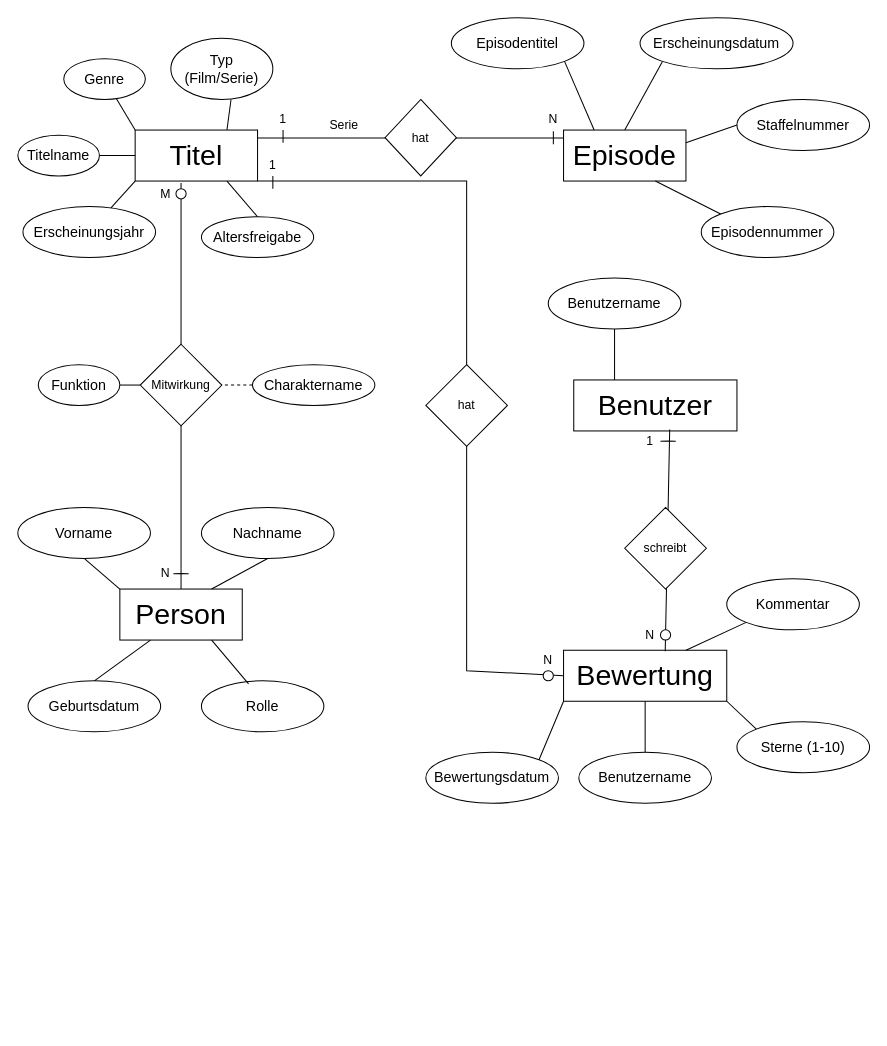
Earlier version of the draw.io diagram 3_Semester/Datenbanken/uebungen/5_Uebung/DatenbankenUebung5.drawio (mandyngn/Uni). Source tidied: cells renumbered, new cells numbered last; positions are measured from the earlier drawing's top-left corner, leaving out a move shared by most shapes. Both pictures are drawn from the tidied source at 102%, with x=0, y=0 at pixel (17, 17).
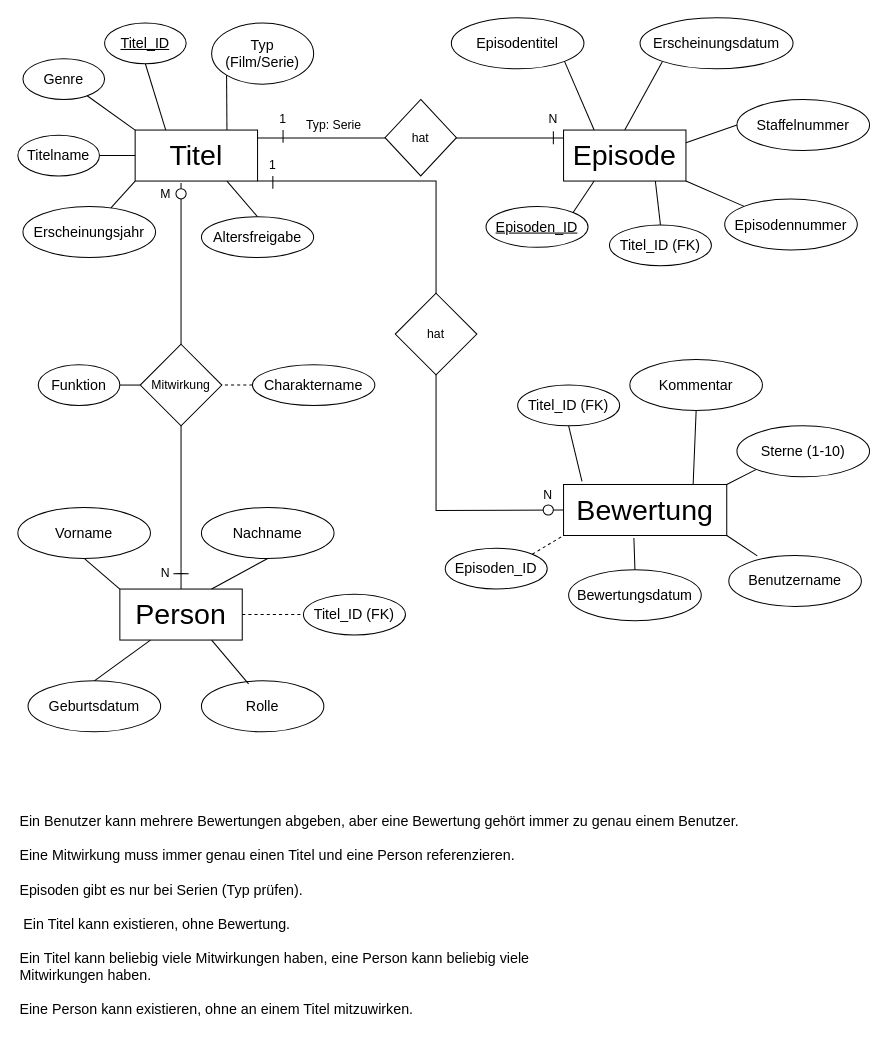
The same page after the edit.

The change refers to these unchanged cells:
```xml
<mxCell id="2" value="&lt;font style=&quot;font-size: 28px;&quot;&gt;Titel&lt;/font&gt;" style="rounded=0;whiteSpace=wrap;html=1;" parent="1" vertex="1">
  <mxGeometry x="115" y="110" width="120" height="50" as="geometry" />
</mxCell>
<mxCell id="3" value="&lt;font style=&quot;font-size: 28px;&quot;&gt;Episode&lt;/font&gt;" style="rounded=0;whiteSpace=wrap;html=1;" parent="1" vertex="1">
  <mxGeometry x="535" y="110" width="120" height="50" as="geometry" />
</mxCell>
<mxCell id="4" value="&lt;font style=&quot;font-size: 28px;&quot;&gt;Person&lt;/font&gt;" style="rounded=0;whiteSpace=wrap;html=1;" parent="1" vertex="1">
  <mxGeometry x="100" y="560" width="120" height="50" as="geometry" />
</mxCell>
```

Change to the diagram source:
```diff
@@
     <mxCell id="5" value="&lt;font style=&quot;font-size: 28px;&quot;&gt;Bewertung&lt;/font&gt;" style="rounded=0;whiteSpace=wrap;html=1;" parent="1" vertex="1">
-      <mxGeometry x="535" y="620" width="160" height="50" as="geometry" />
+      <mxGeometry x="535" y="457.5" width="160" height="50" as="geometry" />
     </mxCell>
@@
     <mxCell id="8" value="&lt;font style=&quot;font-size: 14px;&quot;&gt;Genre&lt;/font&gt;" style="ellipse;whiteSpace=wrap;html=1;" parent="1" vertex="1">
-      <mxGeometry x="45" y="40" width="80" height="40" as="geometry" />
+      <mxGeometry x="5" y="40" width="80" height="40" as="geometry" />
     </mxCell>
@@
     <mxCell id="10" value="&lt;font style=&quot;font-size: 14px;&quot;&gt;Typ (Film/Serie)&lt;/font&gt;" style="ellipse;whiteSpace=wrap;html=1;" parent="1" vertex="1">
-      <mxGeometry x="150" y="20" width="100" height="60" as="geometry" />
+      <mxGeometry x="190" y="5" width="100" height="60" as="geometry" />
     </mxCell>
@@
-    <mxCell id="14" style="endArrow=none;html=1;rounded=0;exitX=0.75;exitY=0;exitDx=0;exitDy=0;entryX=0.59;entryY=1;entryDx=0;entryDy=0;entryPerimeter=0;" parent="1" edge="1" source="2" target="10">
+    <mxCell id="14" style="endArrow=none;html=1;rounded=0;exitX=0.75;exitY=0;exitDx=0;exitDy=0;entryX=0;entryY=1;entryDx=0;entryDy=0;" parent="1" edge="1" source="2" target="10">
       <mxGeometry relative="1" as="geometry" />
     </mxCell>
@@
     <mxCell id="17" value="&lt;font style=&quot;font-size: 14px;&quot;&gt;Episodennummer&lt;/font&gt;" style="ellipse;whiteSpace=wrap;html=1;" parent="1" vertex="1">
-      <mxGeometry x="670" y="185" width="130" height="50" as="geometry" />
+      <mxGeometry x="693" y="177.5" width="130" height="50" as="geometry" />
     </mxCell>
@@
-    <mxCell id="23" style="endArrow=none;html=1;rounded=0;entryX=0;entryY=0;entryDx=0;entryDy=0;exitX=0.75;exitY=1;exitDx=0;exitDy=0;" parent="1" edge="1" source="3" target="17">
+    <mxCell id="23" style="endArrow=none;html=1;rounded=0;entryX=0;entryY=0;entryDx=0;entryDy=0;exitX=1;exitY=1;exitDx=0;exitDy=0;" parent="1" edge="1" source="3" target="17">
       <mxGeometry relative="1" as="geometry" />
     </mxCell>
@@
     <mxCell id="28" value="&lt;font style=&quot;font-size: 14px;&quot;&gt;Benutzername&lt;/font&gt;" style="ellipse;whiteSpace=wrap;html=1;" parent="1" vertex="1">
-      <mxGeometry x="550" y="720" width="130" height="50" as="geometry" />
+      <mxGeometry x="697" y="527" width="130" height="50" as="geometry" />
     </mxCell>
     <mxCell id="29" value="&lt;font style=&quot;font-size: 14px;&quot;&gt;Bewertungsdatum&lt;/font&gt;" style="ellipse;whiteSpace=wrap;html=1;" parent="1" vertex="1">
-      <mxGeometry x="400" y="720" width="130" height="50" as="geometry" />
+      <mxGeometry x="540" y="541" width="130" height="50" as="geometry" />
     </mxCell>
     <mxCell id="30" value="&lt;font style=&quot;font-size: 14px;&quot;&gt;Sterne (1-10)&lt;/font&gt;" style="ellipse;whiteSpace=wrap;html=1;" parent="1" vertex="1">
-      <mxGeometry x="705" y="690" width="130" height="50" as="geometry" />
+      <mxGeometry x="705" y="400" width="130" height="50" as="geometry" />
     </mxCell>
     <mxCell id="31" value="&lt;font style=&quot;font-size: 14px;&quot;&gt;Kommentar&lt;/font&gt;" style="ellipse;whiteSpace=wrap;html=1;" parent="1" vertex="1">
-      <mxGeometry x="695" y="550" width="130" height="50" as="geometry" />
+      <mxGeometry x="600" y="335" width="130" height="50" as="geometry" />
     </mxCell>
-    <mxCell id="32" style="endArrow=none;html=1;rounded=0;entryX=1;entryY=0;entryDx=0;entryDy=0;exitX=0;exitY=1;exitDx=0;exitDy=0;" parent="1" edge="1" source="5" target="29">
+    <mxCell id="32" style="endArrow=none;html=1;rounded=0;exitX=0.431;exitY=1.05;exitDx=0;exitDy=0;exitPerimeter=0;entryX=0.5;entryY=0;entryDx=0;entryDy=0;" parent="1" edge="1" source="5" target="29">
       <mxGeometry relative="1" as="geometry" />
     </mxCell>
-    <mxCell id="33" style="endArrow=none;html=1;rounded=0;entryX=0;entryY=1;entryDx=0;entryDy=0;exitX=0.75;exitY=0;exitDx=0;exitDy=0;" parent="1" edge="1" source="5" target="31">
+    <mxCell id="33" style="endArrow=none;html=1;rounded=0;entryX=0.5;entryY=1;entryDx=0;entryDy=0;exitX=0.794;exitY=0;exitDx=0;exitDy=0;exitPerimeter=0;" parent="1" edge="1" source="5" target="31">
       <mxGeometry relative="1" as="geometry" />
     </mxCell>
-    <mxCell id="34" style="endArrow=none;html=1;rounded=0;entryX=0.5;entryY=1;entryDx=0;entryDy=0;exitX=0.5;exitY=0;exitDx=0;exitDy=0;" parent="1" edge="1" source="28" target="5">
+    <mxCell id="34" style="endArrow=none;html=1;rounded=0;entryX=1;entryY=1;entryDx=0;entryDy=0;exitX=0.215;exitY=0.01;exitDx=0;exitDy=0;exitPerimeter=0;" parent="1" edge="1" source="28" target="5">
       <mxGeometry relative="1" as="geometry" />
     </mxCell>
-    <mxCell id="35" style="endArrow=none;html=1;rounded=0;entryX=1;entryY=1;entryDx=0;entryDy=0;exitX=0;exitY=0;exitDx=0;exitDy=0;" parent="1" edge="1" source="30" target="5">
+    <mxCell id="35" style="endArrow=none;html=1;rounded=0;entryX=1;entryY=0;entryDx=0;entryDy=0;exitX=0;exitY=1;exitDx=0;exitDy=0;" parent="1" edge="1" source="30" target="5">
       <mxGeometry relative="1" as="geometry" />
     </mxCell>
@@
     <mxCell id="40" style="endArrow=none;html=1;rounded=0;exitX=1;exitY=1;exitDx=0;exitDy=0;entryX=0;entryY=0.5;entryDx=0;entryDy=0;" parent="1" edge="1" source="2" target="5">
       <mxGeometry relative="1" as="geometry">
         <Array as="points">
-          <mxPoint x="440" y="160" />
-          <mxPoint x="440" y="640" />
+          <mxPoint x="410" y="160" />
+          <mxPoint x="410" y="483" />
         </Array>
       </mxGeometry>
     </mxCell>
@@
     <mxCell id="43" value="N" style="text;html=1;whiteSpace=wrap;strokeColor=none;fillColor=none;align=center;verticalAlign=middle;rounded=0;" parent="1" vertex="1">
-      <mxGeometry x="510" y="620" width="20" height="20" as="geometry" />
+      <mxGeometry x="510" y="457.5" width="20" height="20" as="geometry" />
     </mxCell>
     <mxCell id="44" value="hat" style="rhombus;whiteSpace=wrap;html=1;" parent="1" vertex="1">
-      <mxGeometry x="400" y="340" width="80" height="80" as="geometry" />
+      <mxGeometry x="370" y="270" width="80" height="80" as="geometry" />
     </mxCell>
     <mxCell id="45" style="ellipse;whiteSpace=wrap;html=1;" parent="1" vertex="1">
-      <mxGeometry x="515" y="640" width="10" height="10" as="geometry" />
+      <mxGeometry x="515" y="477.5" width="10" height="10" as="geometry" />
     </mxCell>
@@
-    <mxCell id="55" value="&lt;font style=&quot;font-size: 28px;&quot;&gt;Benutzer&lt;/font&gt;" style="rounded=0;whiteSpace=wrap;html=1;" parent="1" vertex="1">
-      <mxGeometry x="545" y="355" width="160" height="50" as="geometry" />
-    </mxCell>
-    <mxCell id="56" style="endArrow=none;html=1;rounded=0;entryX=0.588;entryY=0.971;entryDx=0;entryDy=0;entryPerimeter=0;exitX=0.623;exitY=0.02;exitDx=0;exitDy=0;exitPerimeter=0;" parent="1" edge="1" source="5" target="55">
-      <mxGeometry relative="1" as="geometry" />
-    </mxCell>
-    <mxCell id="57" style="ellipse;whiteSpace=wrap;html=1;" parent="1" vertex="1">
-      <mxGeometry x="630" y="600" width="10" height="10" as="geometry" />
-    </mxCell>
-    <mxCell id="58" value="N" style="text;html=1;whiteSpace=wrap;strokeColor=none;fillColor=none;align=center;verticalAlign=middle;rounded=0;" parent="1" vertex="1">
-      <mxGeometry x="610" y="595" width="20" height="20" as="geometry" />
-    </mxCell>
-    <mxCell id="59" style="endArrow=none;html=1;rounded=0;" parent="1" edge="1">
-      <mxGeometry relative="1" as="geometry">
-        <mxPoint x="645" y="415" as="sourcePoint" />
-        <mxPoint x="630" y="415.1" as="targetPoint" />
-        <Array as="points">
-          <mxPoint x="637.5" y="414.8" />
-        </Array>
-      </mxGeometry>
-    </mxCell>
-    <mxCell id="60" value="1" style="text;html=1;whiteSpace=wrap;strokeColor=none;fillColor=none;align=center;verticalAlign=middle;rounded=0;" parent="1" vertex="1">
-      <mxGeometry x="610" y="405" width="20" height="20" as="geometry" />
-    </mxCell>
-    <mxCell id="61" value="&lt;font style=&quot;font-size: 14px;&quot;&gt;Benutzername&lt;/font&gt;" style="ellipse;whiteSpace=wrap;html=1;" parent="1" vertex="1">
-      <mxGeometry x="520" y="255" width="130" height="50" as="geometry" />
-    </mxCell>
-    <mxCell id="62" style="endArrow=none;html=1;rounded=0;entryX=0.5;entryY=1;entryDx=0;entryDy=0;exitX=0.25;exitY=0;exitDx=0;exitDy=0;" parent="1" edge="1" source="55" target="61">
-      <mxGeometry relative="1" as="geometry" />
-    </mxCell>
@@
-    <mxCell id="64" value="Serie" style="text;html=1;whiteSpace=wrap;strokeColor=none;fillColor=none;align=center;verticalAlign=middle;rounded=0;" parent="1" vertex="1">
-      <mxGeometry x="290" y="90" width="60" height="30" as="geometry" />
+    <mxCell id="64" value="Typ: Serie" style="text;html=1;whiteSpace=wrap;strokeColor=none;fillColor=none;align=center;verticalAlign=middle;rounded=0;" parent="1" vertex="1">
+      <mxGeometry x="280" y="90" width="60" height="30" as="geometry" />
     </mxCell>
@@
-    <mxCell id="69" value="schreibt" style="rhombus;whiteSpace=wrap;html=1;" parent="1" vertex="1">
-      <mxGeometry x="595" y="480" width="80" height="80" as="geometry" />
-    </mxCell>
@@
+    <mxCell id="74" value="&lt;font style=&quot;font-size: 14px;&quot;&gt;&lt;u&gt;Titel_ID&lt;/u&gt;&lt;/font&gt;" style="ellipse;whiteSpace=wrap;html=1;" parent="1" vertex="1">
+      <mxGeometry x="85" y="5" width="80" height="40" as="geometry" />
+    </mxCell>
+    <mxCell id="75" style="endArrow=none;html=1;rounded=0;entryX=0.5;entryY=1;entryDx=0;entryDy=0;exitX=0.25;exitY=0;exitDx=0;exitDy=0;" parent="1" edge="1" source="2" target="74">
+      <mxGeometry relative="1" as="geometry" />
+    </mxCell>
+    <mxCell id="76" value="&lt;div style=&quot;&quot;&gt;&lt;font style=&quot;font-size: 14px;&quot;&gt;&lt;span style=&quot;background-color: transparent; color: light-dark(rgb(0, 0, 0), rgb(255, 255, 255));&quot;&gt;Ein Benutzer kann mehrere Bewertungen abgeben, aber eine Bewertung gehört immer&amp;nbsp;&lt;/span&gt;&lt;span style=&quot;background-color: transparent; color: light-dark(rgb(0, 0, 0), rgb(255, 255, 255));&quot;&gt;zu genau einem Benutzer.&lt;/span&gt;&lt;/font&gt;&lt;/div&gt;&lt;div style=&quot;&quot;&gt;&lt;font style=&quot;font-size: 14px;&quot;&gt;&lt;br&gt;&lt;/font&gt;&lt;/div&gt;&lt;div style=&quot;&quot;&gt;&lt;font style=&quot;font-size: 14px;&quot;&gt;Eine Mitwirkung muss immer genau einen Titel und eine Person referenzieren.&lt;span style=&quot;background-color: transparent; color: light-dark(rgb(0, 0, 0), rgb(255, 255, 255));&quot;&gt;&lt;/span&gt;&lt;/font&gt;&lt;/div&gt;&lt;div style=&quot;&quot;&gt;&lt;font style=&quot;font-size: 14px;&quot;&gt;&lt;br&gt;&lt;/font&gt;&lt;/div&gt;&lt;div style=&quot;&quot;&gt;&lt;font style=&quot;font-size: 14px;&quot;&gt;Episoden gibt es nur bei Serien (Typ prüfen).&lt;/font&gt;&lt;/div&gt;&lt;div style=&quot;&quot;&gt;&lt;font style=&quot;font-size: 14px;&quot;&gt;&amp;nbsp;&lt;/font&gt;&lt;/div&gt;&lt;div style=&quot;&quot;&gt;&lt;font style=&quot;font-size: 14px;&quot;&gt;&amp;nbsp;Ein Titel kann existieren, ohne Bewertung.&lt;/font&gt;&lt;/div&gt;&lt;div style=&quot;&quot;&gt;&lt;font style=&quot;font-size: 14px;&quot;&gt;&lt;br&gt;&lt;/font&gt;&lt;/div&gt;&lt;div style=&quot;&quot;&gt;&lt;font style=&quot;font-size: 14px;&quot;&gt;Ein Titel kann beliebig viele Mitwirkungen haben, eine Person kann beliebig viele&lt;br/&gt;Mitwirkungen haben.&lt;/font&gt;&lt;/div&gt;&lt;div style=&quot;&quot;&gt;&lt;font style=&quot;font-size: 14px;&quot;&gt;&lt;br&gt;&lt;/font&gt;&lt;/div&gt;&lt;div style=&quot;&quot;&gt;&lt;font style=&quot;font-size: 14px;&quot;&gt;Eine Person kann existieren, ohne an einem Titel mitzuwirken.&lt;/font&gt;&lt;/div&gt;" style="text;html=1;whiteSpace=wrap;strokeColor=none;fillColor=none;align=left;verticalAlign=middle;rounded=0;" parent="1" vertex="1">
+      <mxGeometry y="770" width="800" height="220" as="geometry" />
+    </mxCell>
+    <mxCell id="77" value="&lt;font style=&quot;font-size: 14px;&quot;&gt;Titel_ID (FK)&lt;/font&gt;" style="ellipse;whiteSpace=wrap;html=1;" parent="1" vertex="1">
+      <mxGeometry x="490" y="360" width="100" height="40" as="geometry" />
+    </mxCell>
+    <mxCell id="78" style="endArrow=none;html=1;rounded=0;entryX=0.5;entryY=1;entryDx=0;entryDy=0;exitX=0.113;exitY=-0.06;exitDx=0;exitDy=0;exitPerimeter=0;" parent="1" edge="1" source="5" target="77">
+      <mxGeometry relative="1" as="geometry" />
+    </mxCell>
+    <mxCell id="79" value="&lt;font style=&quot;font-size: 14px;&quot;&gt;Titel_ID (FK)&lt;/font&gt;" style="ellipse;whiteSpace=wrap;html=1;" parent="1" vertex="1">
+      <mxGeometry x="580" y="203" width="100" height="40" as="geometry" />
+    </mxCell>
+    <mxCell id="80" style="endArrow=none;html=1;rounded=0;entryX=0.75;entryY=1;entryDx=0;entryDy=0;exitX=0.5;exitY=0;exitDx=0;exitDy=0;" parent="1" edge="1" source="79" target="3">
+      <mxGeometry relative="1" as="geometry" />
+    </mxCell>
+    <mxCell id="81" value="&lt;font style=&quot;font-size: 14px;&quot;&gt;Titel_ID (FK)&lt;/font&gt;" style="ellipse;whiteSpace=wrap;html=1;" parent="1" vertex="1">
+      <mxGeometry x="280" y="565" width="100" height="40" as="geometry" />
+    </mxCell>
+    <mxCell id="82" style="endArrow=none;dashed=1;html=1;rounded=0;exitX=1;exitY=0.5;exitDx=0;exitDy=0;entryX=0;entryY=0.5;entryDx=0;entryDy=0;" parent="1" edge="1" source="4" target="81">
+      <mxGeometry relative="1" as="geometry" />
+    </mxCell>
+    <mxCell id="83" value="&lt;font style=&quot;font-size: 14px;&quot;&gt;&lt;u&gt;Episoden_ID&lt;/u&gt;&lt;/font&gt;" style="ellipse;whiteSpace=wrap;html=1;" parent="1" vertex="1">
+      <mxGeometry x="459" y="185" width="100" height="40" as="geometry" />
+    </mxCell>
+    <mxCell id="84" style="endArrow=none;html=1;rounded=0;entryX=0.25;entryY=1;entryDx=0;entryDy=0;exitX=1;exitY=0;exitDx=0;exitDy=0;" parent="1" edge="1" source="83" target="3">
+      <mxGeometry relative="1" as="geometry" />
+    </mxCell>
+    <mxCell id="85" value="&lt;font style=&quot;font-size: 14px;&quot;&gt;Episoden_ID&lt;/font&gt;" style="ellipse;whiteSpace=wrap;html=1;" parent="1" vertex="1">
+      <mxGeometry x="419" y="520" width="100" height="40" as="geometry" />
+    </mxCell>
+    <mxCell id="86" style="endArrow=none;dashed=1;html=1;rounded=0;entryX=0;entryY=1;entryDx=0;entryDy=0;exitX=1;exitY=0;exitDx=0;exitDy=0;" parent="1" edge="1" source="85" target="5">
+      <mxGeometry relative="1" as="geometry" />
+    </mxCell>
```
